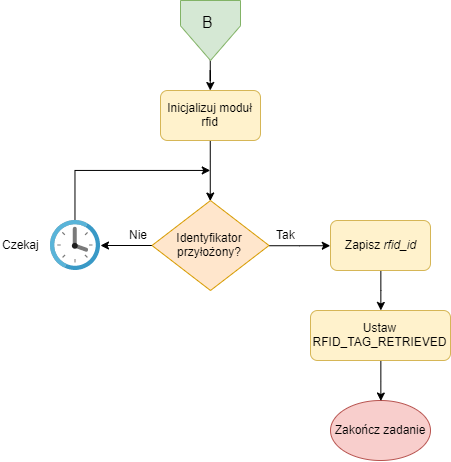
Above: docs/chapters/images/flowchart3.png in adapiekarska/centralized-lock-system (draw.io), before the change. Source tidied: cells renumbered, new cells last; positions are measured from the earlier drawing's top-left corner, leaving out a move shared by most shapes. Its diagram source:
```xml
<mxGraphModel>
  <root>
    <mxCell id="0" />
    <mxCell id="1" parent="0" />
    <mxCell id="2" style="edgeStyle=orthogonalEdgeStyle;rounded=0;jettySize=auto;html=1;" parent="1" edge="1" source="3" target="6">
      <mxGeometry relative="1" as="geometry" />
    </mxCell>
    <mxCell id="3" style="verticalLabelPosition=bottom;verticalAlign=top;html=1;shape=offPageConnector;rounded=0;size=0.5783328586154539;strokeWidth=1;fillColor=#d5e8d4;strokeColor=#82b366;" parent="1" vertex="1">
      <mxGeometry x="180" width="60" height="60" as="geometry" />
    </mxCell>
    <mxCell id="4" value="&lt;font style=&quot;font-size: 16px&quot;&gt;B&lt;/font&gt;" style="text;html=1;align=left;verticalAlign=top;spacingTop=-4;" parent="1" vertex="1">
      <mxGeometry x="200" y="10" width="30" height="20" as="geometry" />
    </mxCell>
    <mxCell id="5" style="edgeStyle=orthogonalEdgeStyle;rounded=0;jettySize=auto;html=1;entryX=0.5;entryY=0;entryDx=0;entryDy=0;entryPerimeter=0;" parent="1" edge="1" source="6" target="12">
      <mxGeometry relative="1" as="geometry">
        <Array as="points">
          <mxPoint x="210" y="160" />
          <mxPoint x="210" y="160" />
        </Array>
      </mxGeometry>
    </mxCell>
    <mxCell id="6" value="Inicjalizuj moduł rfid" style="rounded=1;whiteSpace=wrap;html=1;absoluteArcSize=1;arcSize=14;strokeWidth=1;fillColor=#fff2cc;strokeColor=#d6b656;" parent="1" vertex="1">
      <mxGeometry x="160" y="90" width="100" height="50" as="geometry" />
    </mxCell>
    <mxCell id="7" value="Czekaj" style="text;html=1;align=left;verticalAlign=top;spacingTop=-4;" parent="1" vertex="1">
      <mxGeometry y="235" width="50" height="20" as="geometry" />
    </mxCell>
    <mxCell id="8" style="edgeStyle=orthogonalEdgeStyle;rounded=0;jettySize=auto;html=1;entryX=0.5;entryY=0;entryDx=0;entryDy=0;" parent="1" edge="1" source="9" target="17">
      <mxGeometry relative="1" as="geometry" />
    </mxCell>
    <mxCell id="9" value="Zapisz &lt;i&gt;rfid_id&lt;/i&gt;" style="rounded=1;whiteSpace=wrap;html=1;absoluteArcSize=1;arcSize=14;strokeWidth=1;fillColor=#fff2cc;strokeColor=#d6b656;" parent="1" vertex="1">
      <mxGeometry x="330" y="220" width="100" height="50" as="geometry" />
    </mxCell>
    <mxCell id="10" style="edgeStyle=orthogonalEdgeStyle;rounded=0;jettySize=auto;html=1;entryX=0;entryY=0.5;entryDx=0;entryDy=0;" parent="1" edge="1" source="12" target="9">
      <mxGeometry relative="1" as="geometry" />
    </mxCell>
    <mxCell id="11" style="edgeStyle=orthogonalEdgeStyle;rounded=0;jettySize=auto;html=1;" parent="1" edge="1" source="12" target="19">
      <mxGeometry relative="1" as="geometry" />
    </mxCell>
    <mxCell id="12" value="Identyfikator przyłożony?" style="strokeWidth=1;html=1;shape=mxgraph.flowchart.decision;whiteSpace=wrap;fillColor=#ffe6cc;strokeColor=#d79b00;" parent="1" vertex="1">
      <mxGeometry x="151.5" y="200" width="117" height="90" as="geometry" />
    </mxCell>
    <mxCell id="13" value="Nie" style="text;html=1;align=left;verticalAlign=top;spacingTop=-4;" parent="1" vertex="1">
      <mxGeometry x="126.5" y="225" width="30" height="20" as="geometry" />
    </mxCell>
    <mxCell id="14" value="Tak" style="text;html=1;align=left;verticalAlign=top;spacingTop=-4;" parent="1" vertex="1">
      <mxGeometry x="273.5" y="225" width="30" height="20" as="geometry" />
    </mxCell>
    <mxCell id="15" value="Zakończ zadanie" style="strokeWidth=1;html=1;shape=mxgraph.flowchart.start_1;whiteSpace=wrap;fillColor=#f8cecc;strokeColor=#b85450;" parent="1" vertex="1">
      <mxGeometry x="330" y="400" width="100" height="60" as="geometry" />
    </mxCell>
    <mxCell id="16" style="edgeStyle=orthogonalEdgeStyle;rounded=0;jettySize=auto;html=1;entryX=0.5;entryY=0;entryDx=0;entryDy=0;entryPerimeter=0;" parent="1" edge="1" source="17" target="15">
      <mxGeometry relative="1" as="geometry" />
    </mxCell>
    <mxCell id="17" value="Ustaw RFID_TAG_RETRIEVED" style="rounded=1;whiteSpace=wrap;html=1;absoluteArcSize=1;arcSize=14;strokeWidth=1;fillColor=#fff2cc;strokeColor=#d6b656;" parent="1" vertex="1">
      <mxGeometry x="310" y="310" width="140" height="50" as="geometry" />
    </mxCell>
    <mxCell id="18" style="edgeStyle=orthogonalEdgeStyle;rounded=0;jettySize=auto;html=1;" parent="1" edge="1" source="19">
      <mxGeometry relative="1" as="geometry">
        <mxPoint x="210" y="170" as="targetPoint" />
        <Array as="points">
          <mxPoint x="75" y="170" />
        </Array>
      </mxGeometry>
    </mxCell>
    <mxCell id="19" style="html=1;points=[];align=center;image;fontSize=12;image=img/lib/mscae/Clock.svg;strokeWidth=1;" parent="1" vertex="1">
      <mxGeometry x="50" y="220" width="50" height="50" as="geometry" />
    </mxCell>
  </root>
</mxGraphModel>
```
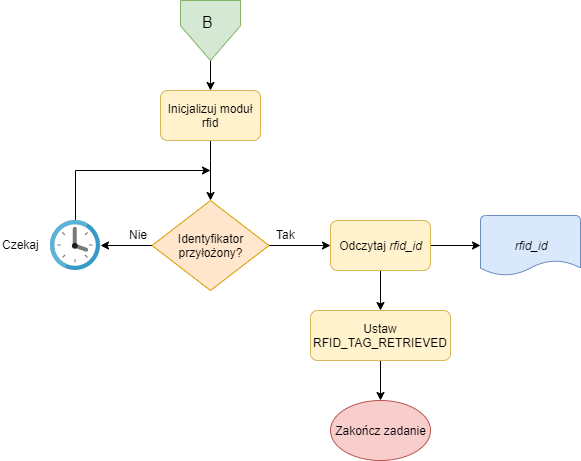
After the commit.

What changed in the source:
```diff
@@ -28,7 +28,10 @@
     <mxCell id="8" style="edgeStyle=orthogonalEdgeStyle;rounded=0;jettySize=auto;html=1;entryX=0.5;entryY=0;entryDx=0;entryDy=0;" parent="1" edge="1" source="9" target="17">
       <mxGeometry relative="1" as="geometry" />
     </mxCell>
+    <mxCell id="20" style="edgeStyle=orthogonalEdgeStyle;rounded=0;jettySize=auto;html=1;" parent="1" edge="1" source="9" target="21">
+      <mxGeometry relative="1" as="geometry" />
+    </mxCell>
-    <mxCell id="9" value="Zapisz &lt;i&gt;rfid_id&lt;/i&gt;" style="rounded=1;whiteSpace=wrap;html=1;absoluteArcSize=1;arcSize=14;strokeWidth=1;fillColor=#fff2cc;strokeColor=#d6b656;" parent="1" vertex="1">
+    <mxCell id="9" value="Odczytaj&amp;nbsp;&lt;i&gt;rfid_id&lt;/i&gt;" style="rounded=1;whiteSpace=wrap;html=1;absoluteArcSize=1;arcSize=14;strokeWidth=1;fillColor=#fff2cc;strokeColor=#d6b656;" parent="1" vertex="1">
       <mxGeometry x="330" y="220" width="100" height="50" as="geometry" />
     </mxCell>
     <mxCell id="10" style="edgeStyle=orthogonalEdgeStyle;rounded=0;jettySize=auto;html=1;entryX=0;entryY=0.5;entryDx=0;entryDy=0;" parent="1" edge="1" source="12" target="9">
@@ -66,5 +69,8 @@
     <mxCell id="19" style="html=1;points=[];align=center;image;fontSize=12;image=img/lib/mscae/Clock.svg;strokeWidth=1;" parent="1" vertex="1">
       <mxGeometry x="50" y="220" width="50" height="50" as="geometry" />
     </mxCell>
+    <mxCell id="21" value="&lt;i&gt;rfid_id&lt;/i&gt;" style="strokeWidth=1;html=1;shape=mxgraph.flowchart.document2;whiteSpace=wrap;size=0.25;fillColor=#dae8fc;strokeColor=#6c8ebf;" parent="1" vertex="1">
+      <mxGeometry x="480" y="215" width="100" height="60" as="geometry" />
+    </mxCell>
   </root>
 </mxGraphModel>
```
